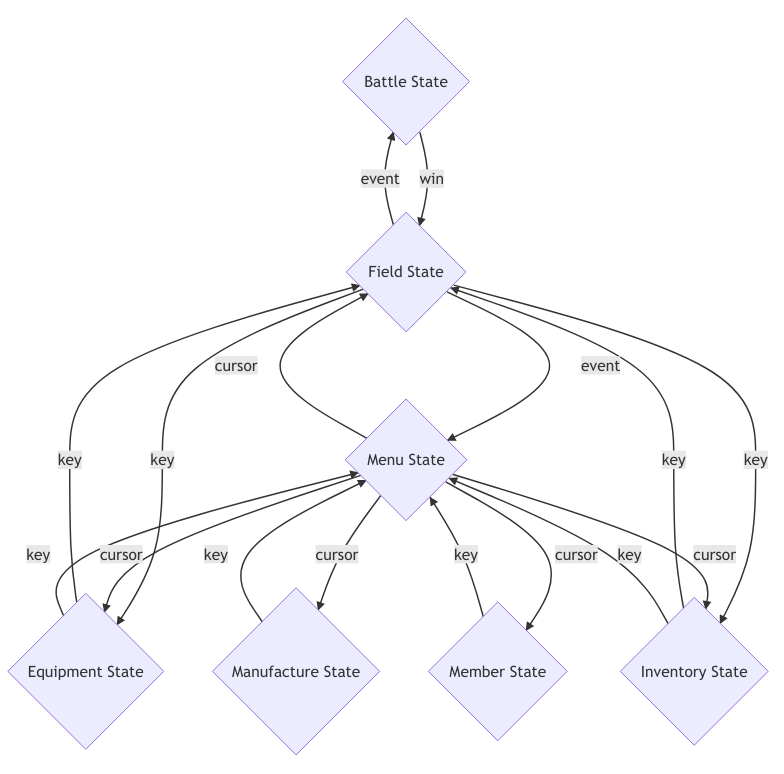
Before: state.png, a diagram exported from Mermaid (kijimaD/digger). Its source is kept beside it as state.mmd.
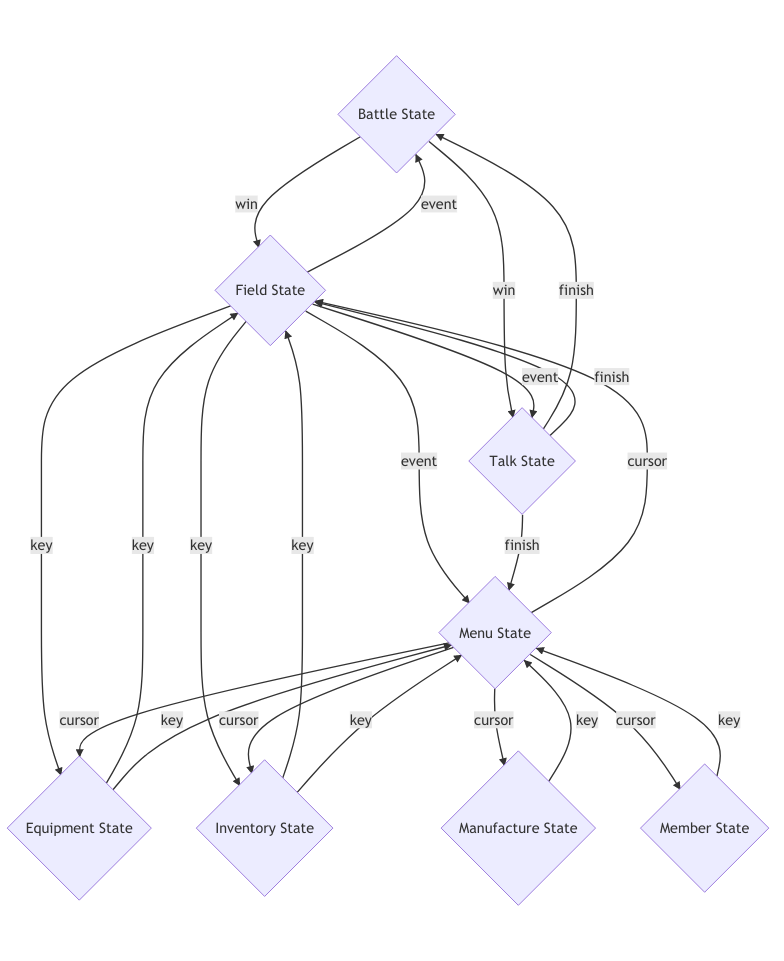
The same file after the commit.

The edit, as a diff of the source:
```diff
@@ -6,12 +6,15 @@
     Manufacture{Manufacture State}
     Member{Member State}
     Menu{Menu State}
+    Talk{Talk State}
 
     Battle --> |win| Field
+    Battle --> |win| Talk
     Equipment --> |key| Field
     Equipment --> |key| Menu
     Field --> |event| Battle
     Field --> |event| Menu
+    Field --> |event| Talk
     Field --> |key| Equipment
     Field --> |key| Inventory
     Inventory --> |key| Field
@@ -23,3 +26,6 @@
     Menu --> |cursor| Inventory
     Menu --> |cursor| Manufacture
     Menu --> |cursor| Member
+    Talk --> |finish| Battle
+    Talk --> |finish| Field
+    Talk --> |finish| Menu
```
